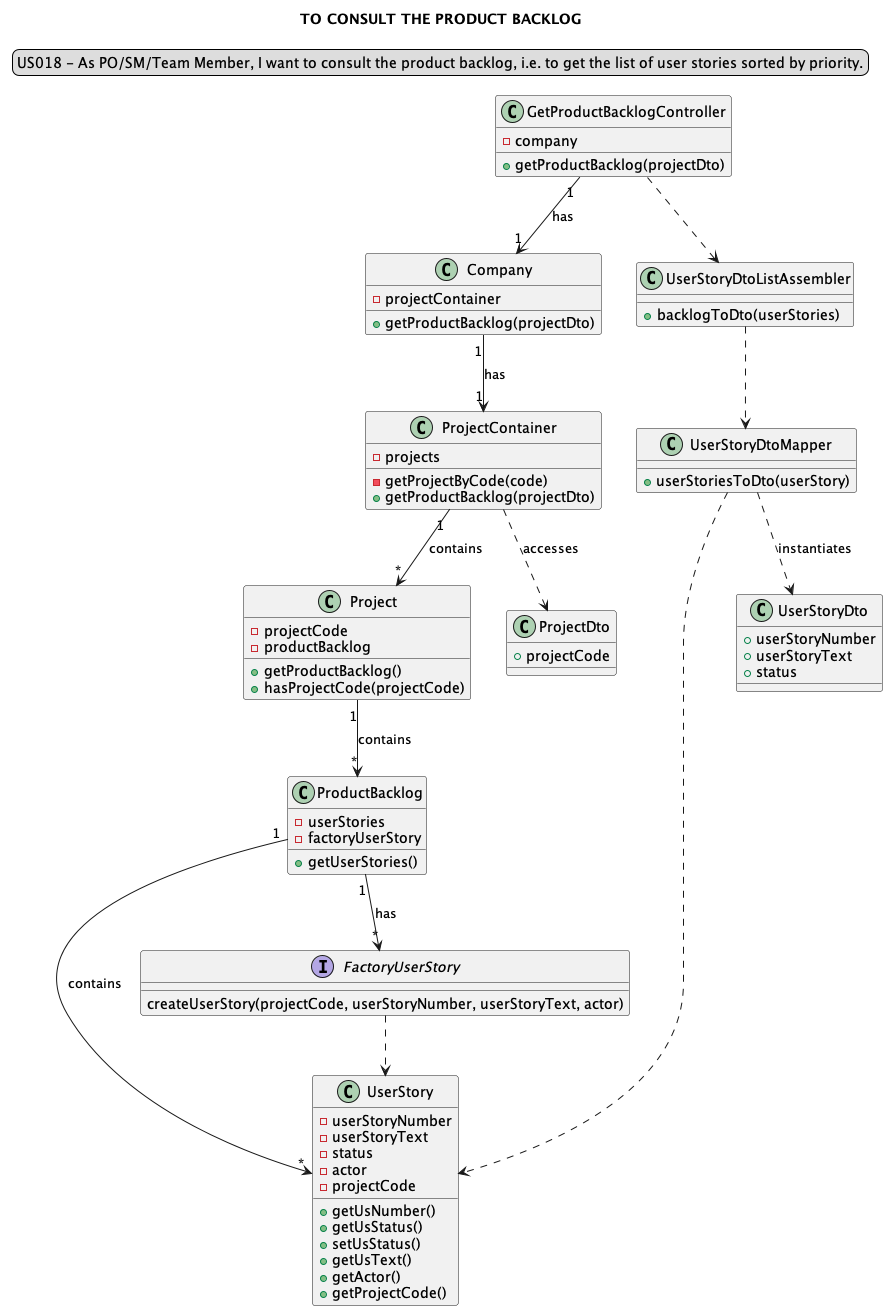
This is docs/modelling_design/user_stories/sprint03/us018/US018_ClassDiagram-TO_CONSULT_THE_PRODUCT_BACKLOG.png from Loracline/project_switch_22-23, a PlantUML export, as it was before one commit. Source of this version:
```plantuml
@startuml

title TO CONSULT THE PRODUCT BACKLOG
skinparam sequenceMessageAlign center
legend top
US018 - As PO/SM/Team Member, I want to consult the product backlog, i.e. to get the list of user stories sorted by priority.
end legend

class "GetProductBacklogController" {
-company
+getProductBacklog(projectDto)
}

class "Company"{
-projectContainer
+getProductBacklog(projectDto)
}

class "ProjectContainer"{
-projects
-getProjectByCode(code)
+getProductBacklog(projectDto)
}

class "Project"{
-projectCode
-productBacklog
+getProductBacklog()
+hasProjectCode(projectCode)
}

class "ProductBacklog"{
-userStories
-factoryUserStory
+getUserStories()
}

class "UserStory"{
-userStoryNumber
-userStoryText
-status
-actor
-projectCode
+getUsNumber()
+getUsStatus()
+setUsStatus()
+getUsText()
+getActor()
+getProjectCode()
}

interface "FactoryUserStory"{
createUserStory(projectCode, userStoryNumber, userStoryText, actor)
}

class "UserStoryDtoListAssembler"{
+backlogToDto(userStories)
}

class "UserStoryDtoMapper"{
+userStoriesToDto(userStory)
}

class "UserStoryDto"{
+userStoryNumber
+userStoryText
+status
}

class "ProjectDto"{
+projectCode
}

"GetProductBacklogController" "1"-->"1" "Company": has
"GetProductBacklogController" ..> "UserStoryDtoListAssembler"
"UserStoryDtoListAssembler" ..> "UserStoryDtoMapper"
"UserStoryDtoMapper" ..> "UserStory"
"Company" "1"-->"1" "ProjectContainer": has
"ProjectContainer" "1"-->"*" Project: contains
"ProjectContainer" ..> ProjectDto: accesses
"Project" "1"-->"*" ProductBacklog: contains
"ProductBacklog" "1"-->"*" UserStory: contains
"ProductBacklog" "1"-->"*" FactoryUserStory: has
"UserStoryDtoMapper" ..> "UserStoryDto": instantiates
"FactoryUserStory" ..> UserStory
@enduml
```
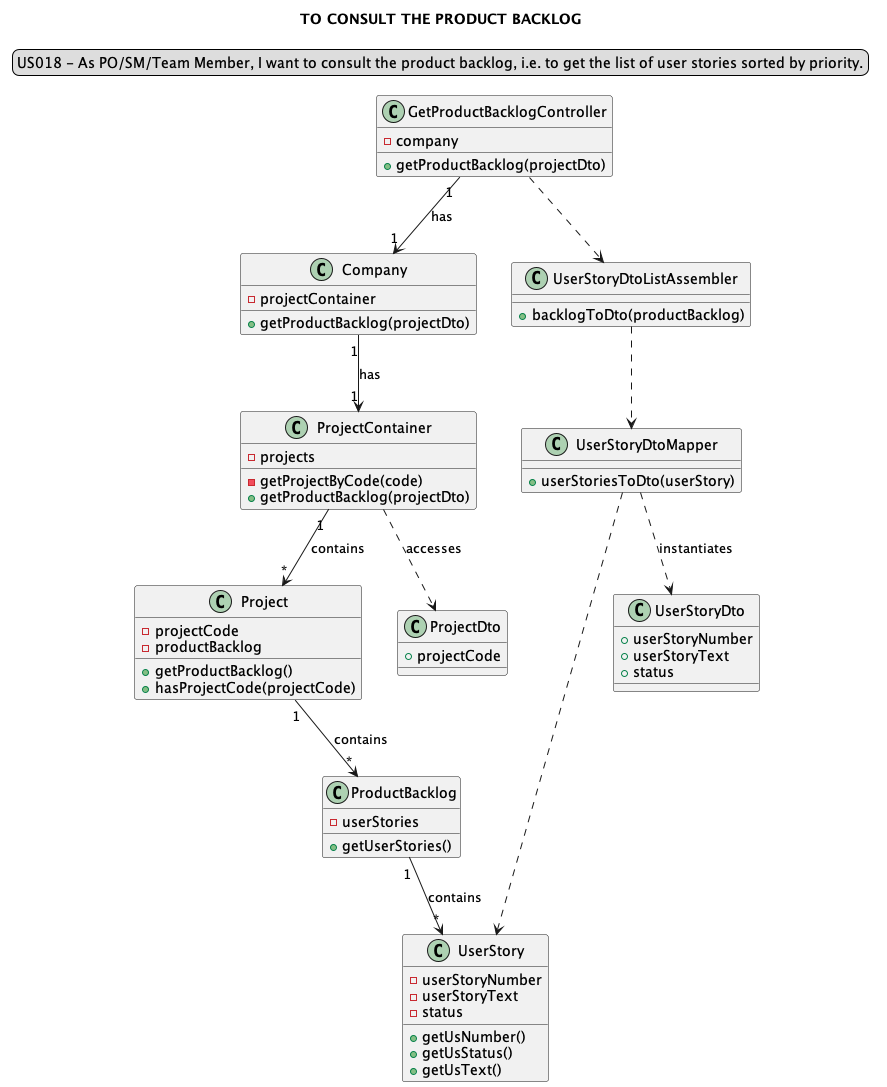
After the change.

Commit message:
US018: Design: Updated the CD of US018 (puml and png file). addresses #5

What changed in the source:
```diff
@@ -31,7 +31,6 @@
 
 class "ProductBacklog"{
 -userStories
--factoryUserStory
 +getUserStories()
 }
 
@@ -39,22 +38,14 @@
 -userStoryNumber
 -userStoryText
 -status
--actor
--projectCode
 +getUsNumber()
 +getUsStatus()
-+setUsStatus()
 +getUsText()
-+getActor()
-+getProjectCode()
 }
 
-interface "FactoryUserStory"{
-createUserStory(projectCode, userStoryNumber, userStoryText, actor)
-}
 
 class "UserStoryDtoListAssembler"{
-+backlogToDto(userStories)
++backlogToDto(productBacklog)
 }
 
 class "UserStoryDtoMapper"{
@@ -80,7 +71,6 @@
 "ProjectContainer" ..> ProjectDto: accesses
 "Project" "1"-->"*" ProductBacklog: contains
 "ProductBacklog" "1"-->"*" UserStory: contains
-"ProductBacklog" "1"-->"*" FactoryUserStory: has
 "UserStoryDtoMapper" ..> "UserStoryDto": instantiates
-"FactoryUserStory" ..> UserStory
+
 @enduml
```
